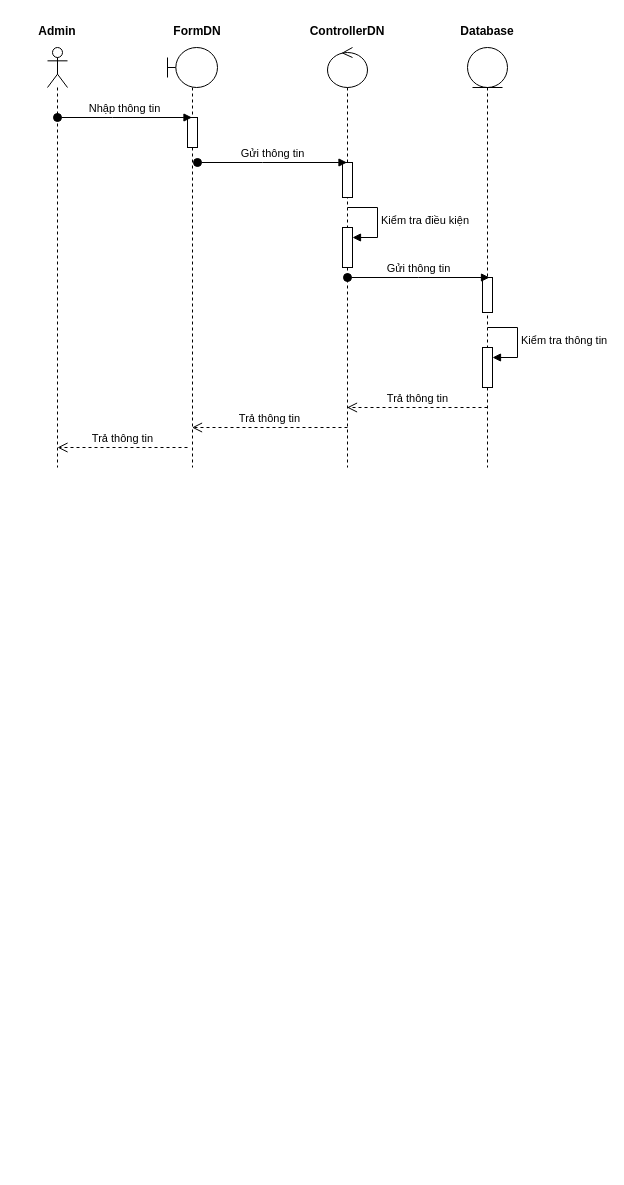
Above: Biểu đồ tuần tự (đất đai).drawio in RageOfFire/draw.io-project (draw.io), before the change. Source tidied: cells renumbered, new cells numbered last; positions are measured from the earlier drawing's top-left corner, leaving out a move shared by most shapes. Both pictures are drawn from the tidied source at 100%, with x=0, y=0 at pixel (17, 17).
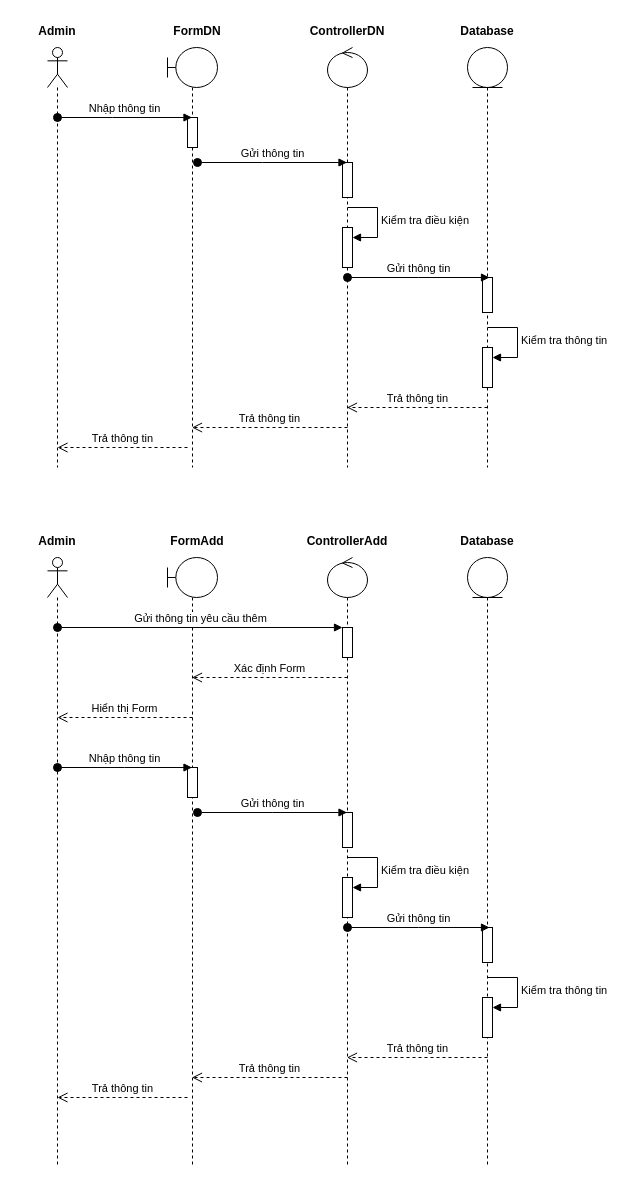
Above is the later version.

Commit message (it also covers changes not shown here):
Cập nhật Biểu đồ tuần tự (đất đai).drawio

The edit, as a diff of the source:
```diff
@@
+    <mxCell id="23" style="shape=umlLifeline;perimeter=lifelinePerimeter;whiteSpace=wrap;html=1;newEdgeStyle={&quot;edgeStyle&quot;:&quot;elbowEdgeStyle&quot;,&quot;elbow&quot;:&quot;vertical&quot;,&quot;curved&quot;:0,&quot;rounded&quot;:0};participant=umlActor;" parent="1" vertex="1">
+      <mxGeometry x="30" y="540" width="20" height="610" as="geometry" />
+    </mxCell>
+    <mxCell id="24" style="shape=umlLifeline;perimeter=lifelinePerimeter;whiteSpace=wrap;html=1;newEdgeStyle={&quot;edgeStyle&quot;:&quot;elbowEdgeStyle&quot;,&quot;elbow&quot;:&quot;vertical&quot;,&quot;curved&quot;:0,&quot;rounded&quot;:0};participant=umlControl;" parent="1" vertex="1">
+      <mxGeometry x="310" y="540" width="40" height="610" as="geometry" />
+    </mxCell>
+    <mxCell id="25" style="html=1;perimeter=orthogonalPerimeter;targetShapes=umlLifeline;newEdgeStyle={&quot;edgeStyle&quot;:&quot;elbowEdgeStyle&quot;,&quot;elbow&quot;:&quot;vertical&quot;,&quot;curved&quot;:0,&quot;rounded&quot;:0};" parent="24" vertex="1">
+      <mxGeometry x="15" y="255" width="10" height="35" as="geometry" />
+    </mxCell>
+    <mxCell id="26" style="html=1;points=[];perimeter=orthogonalPerimeter;outlineConnect=0;targetShapes=umlLifeline;portConstraint=eastwest;newEdgeStyle={&quot;edgeStyle&quot;:&quot;elbowEdgeStyle&quot;,&quot;elbow&quot;:&quot;vertical&quot;,&quot;curved&quot;:0,&quot;rounded&quot;:0};" parent="24" vertex="1">
+      <mxGeometry x="15" y="320" width="10" height="40" as="geometry" />
+    </mxCell>
+    <mxCell id="27" value="Kiểm tra điều kiện" style="html=1;align=left;spacingLeft=2;endArrow=block;rounded=0;edgeStyle=orthogonalEdgeStyle;curved=0;rounded=0;" parent="24" edge="1" target="26">
+      <mxGeometry relative="1" as="geometry">
+        <mxPoint x="20" y="300" as="sourcePoint" />
+        <Array as="points">
+          <mxPoint x="50" y="330" />
+        </Array>
+      </mxGeometry>
+    </mxCell>
+    <mxCell id="28" style="html=1;points=[];perimeter=orthogonalPerimeter;outlineConnect=0;targetShapes=umlLifeline;portConstraint=eastwest;newEdgeStyle={&quot;edgeStyle&quot;:&quot;elbowEdgeStyle&quot;,&quot;elbow&quot;:&quot;vertical&quot;,&quot;curved&quot;:0,&quot;rounded&quot;:0};" parent="24" vertex="1">
+      <mxGeometry x="15" y="70" width="10" height="30" as="geometry" />
+    </mxCell>
+    <mxCell id="29" style="shape=umlLifeline;perimeter=lifelinePerimeter;whiteSpace=wrap;html=1;outlineConnect=0;portConstraint=eastwest;newEdgeStyle={&quot;edgeStyle&quot;:&quot;elbowEdgeStyle&quot;,&quot;elbow&quot;:&quot;vertical&quot;,&quot;curved&quot;:0,&quot;rounded&quot;:0};participant=umlBoundary;" parent="1" vertex="1">
+      <mxGeometry x="150" y="540" width="50" height="610" as="geometry" />
+    </mxCell>
+    <mxCell id="30" style="html=1;perimeter=orthogonalPerimeter;targetShapes=umlLifeline;newEdgeStyle={&quot;edgeStyle&quot;:&quot;elbowEdgeStyle&quot;,&quot;elbow&quot;:&quot;vertical&quot;,&quot;curved&quot;:0,&quot;rounded&quot;:0};" parent="29" vertex="1">
+      <mxGeometry x="20" y="210" width="10" height="30" as="geometry" />
+    </mxCell>
+    <mxCell id="31" value="Gửi thông tin yêu cầu thêm" style="html=1;verticalAlign=bottom;startArrow=oval;endArrow=block;startSize=8;edgeStyle=elbowEdgeStyle;elbow=vertical;curved=0;rounded=0;" parent="29" edge="1" target="28">
+      <mxGeometry relative="1" as="geometry">
+        <mxPoint x="-110" y="70" as="sourcePoint" />
+      </mxGeometry>
+    </mxCell>
+    <mxCell id="32" style="shape=umlLifeline;perimeter=lifelinePerimeter;whiteSpace=wrap;html=1;newEdgeStyle={&quot;edgeStyle&quot;:&quot;elbowEdgeStyle&quot;,&quot;elbow&quot;:&quot;vertical&quot;,&quot;curved&quot;:0,&quot;rounded&quot;:0};participant=umlEntity;" parent="1" vertex="1">
+      <mxGeometry x="450" y="540" width="40" height="610" as="geometry" />
+    </mxCell>
+    <mxCell id="33" style="html=1;perimeter=orthogonalPerimeter;targetShapes=umlLifeline;newEdgeStyle={&quot;edgeStyle&quot;:&quot;elbowEdgeStyle&quot;,&quot;elbow&quot;:&quot;vertical&quot;,&quot;curved&quot;:0,&quot;rounded&quot;:0};" parent="32" vertex="1">
+      <mxGeometry x="15" y="370" width="10" height="35" as="geometry" />
+    </mxCell>
+    <mxCell id="34" style="html=1;points=[];perimeter=orthogonalPerimeter;outlineConnect=0;targetShapes=umlLifeline;portConstraint=eastwest;newEdgeStyle={&quot;edgeStyle&quot;:&quot;elbowEdgeStyle&quot;,&quot;elbow&quot;:&quot;vertical&quot;,&quot;curved&quot;:0,&quot;rounded&quot;:0};" parent="32" vertex="1">
+      <mxGeometry x="15" y="440" width="10" height="40" as="geometry" />
+    </mxCell>
+    <mxCell id="35" value="Kiểm tra thông tin" style="html=1;align=left;spacingLeft=2;endArrow=block;rounded=0;edgeStyle=orthogonalEdgeStyle;curved=0;rounded=0;" parent="32" edge="1" target="34">
+      <mxGeometry relative="1" as="geometry">
+        <mxPoint x="20" y="420" as="sourcePoint" />
+        <Array as="points">
+          <mxPoint x="50" y="450" />
+        </Array>
+      </mxGeometry>
+    </mxCell>
+    <mxCell id="36" value="Nhập thông tin" style="html=1;verticalAlign=bottom;startArrow=oval;endArrow=block;startSize=8;edgeStyle=elbowEdgeStyle;elbow=vertical;curved=0;rounded=0;" parent="1" edge="1">
+      <mxGeometry relative="1" as="geometry">
+        <mxPoint x="40" y="750" as="sourcePoint" />
+        <mxPoint x="174.5" y="750" as="targetPoint" />
+      </mxGeometry>
+    </mxCell>
+    <mxCell id="37" value="Gửi thông tin" style="html=1;verticalAlign=bottom;startArrow=oval;endArrow=block;startSize=8;edgeStyle=elbowEdgeStyle;elbow=vertical;curved=0;rounded=0;" parent="1" edge="1">
+      <mxGeometry relative="1" as="geometry">
+        <mxPoint x="180" y="795" as="sourcePoint" />
+        <mxPoint x="329.5" y="795" as="targetPoint" />
+      </mxGeometry>
+    </mxCell>
+    <mxCell id="38" value="Gửi thông tin" style="html=1;verticalAlign=bottom;startArrow=oval;endArrow=block;startSize=8;edgeStyle=elbowEdgeStyle;elbow=vertical;curved=0;rounded=0;" parent="1" edge="1">
+      <mxGeometry relative="1" as="geometry">
+        <mxPoint x="330" y="910" as="sourcePoint" />
+        <mxPoint x="472" y="910" as="targetPoint" />
+      </mxGeometry>
+    </mxCell>
+    <mxCell id="39" value="Trả thông tin" style="html=1;verticalAlign=bottom;endArrow=open;dashed=1;endSize=8;edgeStyle=elbowEdgeStyle;elbow=vertical;curved=0;rounded=0;" parent="1" edge="1">
+      <mxGeometry relative="1" as="geometry">
+        <mxPoint x="470" y="1040" as="sourcePoint" />
+        <mxPoint x="329.5" y="1040" as="targetPoint" />
+      </mxGeometry>
+    </mxCell>
+    <mxCell id="40" value="Trả thông tin" style="html=1;verticalAlign=bottom;endArrow=open;dashed=1;endSize=8;edgeStyle=elbowEdgeStyle;elbow=vertical;curved=0;rounded=0;" parent="1" edge="1">
+      <mxGeometry relative="1" as="geometry">
+        <mxPoint x="330" y="1060" as="sourcePoint" />
+        <mxPoint x="174.5" y="1060" as="targetPoint" />
+      </mxGeometry>
+    </mxCell>
+    <mxCell id="41" value="Trả thông tin" style="html=1;verticalAlign=bottom;endArrow=open;dashed=1;endSize=8;edgeStyle=elbowEdgeStyle;elbow=vertical;curved=0;rounded=0;" parent="1" edge="1">
+      <mxGeometry relative="1" as="geometry">
+        <mxPoint x="170" y="1080" as="sourcePoint" />
+        <mxPoint x="40" y="1080" as="targetPoint" />
+      </mxGeometry>
+    </mxCell>
+    <mxCell id="42" value="Admin" style="text;align=center;fontStyle=1;verticalAlign=middle;spacingLeft=3;spacingRight=3;strokeColor=none;" parent="1" vertex="1">
+      <mxGeometry y="510" width="80" height="26" as="geometry" />
+    </mxCell>
+    <mxCell id="43" value="FormAdd" style="text;align=center;fontStyle=1;verticalAlign=middle;spacingLeft=3;spacingRight=3;strokeColor=none;" parent="1" vertex="1">
+      <mxGeometry x="140" y="510" width="80" height="26" as="geometry" />
+    </mxCell>
+    <mxCell id="44" value="ControllerAdd" style="text;align=center;fontStyle=1;verticalAlign=middle;spacingLeft=3;spacingRight=3;strokeColor=none;" parent="1" vertex="1">
+      <mxGeometry x="290" y="510" width="80" height="26" as="geometry" />
+    </mxCell>
+    <mxCell id="45" value="Database" style="text;align=center;fontStyle=1;verticalAlign=middle;spacingLeft=3;spacingRight=3;strokeColor=none;" parent="1" vertex="1">
+      <mxGeometry x="430" y="510" width="80" height="26" as="geometry" />
+    </mxCell>
+    <mxCell id="46" value="Xác định Form" style="html=1;verticalAlign=bottom;endArrow=open;dashed=1;endSize=8;edgeStyle=elbowEdgeStyle;elbow=vertical;curved=0;rounded=0;" parent="1" edge="1" target="29">
+      <mxGeometry relative="1" as="geometry">
+        <mxPoint x="330" y="660" as="sourcePoint" />
+      </mxGeometry>
+    </mxCell>
+    <mxCell id="47" value="Hiển thị Form" style="html=1;verticalAlign=bottom;endArrow=open;dashed=1;endSize=8;edgeStyle=elbowEdgeStyle;elbow=vertical;curved=0;rounded=0;" parent="1" edge="1">
+      <mxGeometry relative="1" as="geometry">
+        <mxPoint x="175" y="700" as="sourcePoint" />
+        <mxPoint x="40" y="700" as="targetPoint" />
+      </mxGeometry>
+    </mxCell>
```
